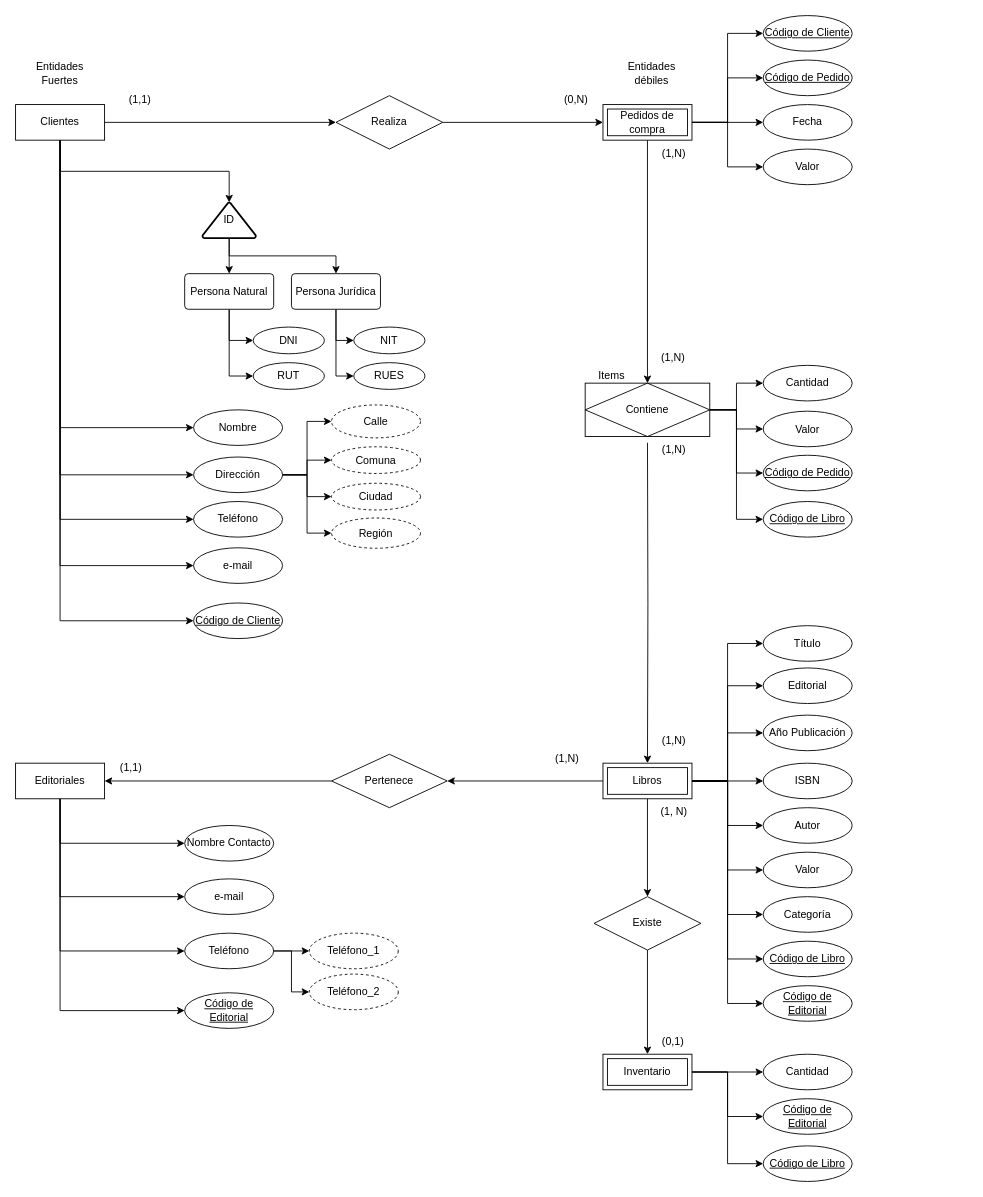
ivazquez-07/database-modeller-excersises keeps this draw.io diagram as page "Modelo Conceptual" (1 of 2) of ClubDelLibro.drawio. Above is the earlier version. Source tidied: cells renumbered, new cells numbered last; positions are measured from the earlier drawing's top-left corner, leaving out a move shared by most shapes. Both pictures are drawn from the tidied source at 89%, with x=0, y=0 at pixel (15, 15).
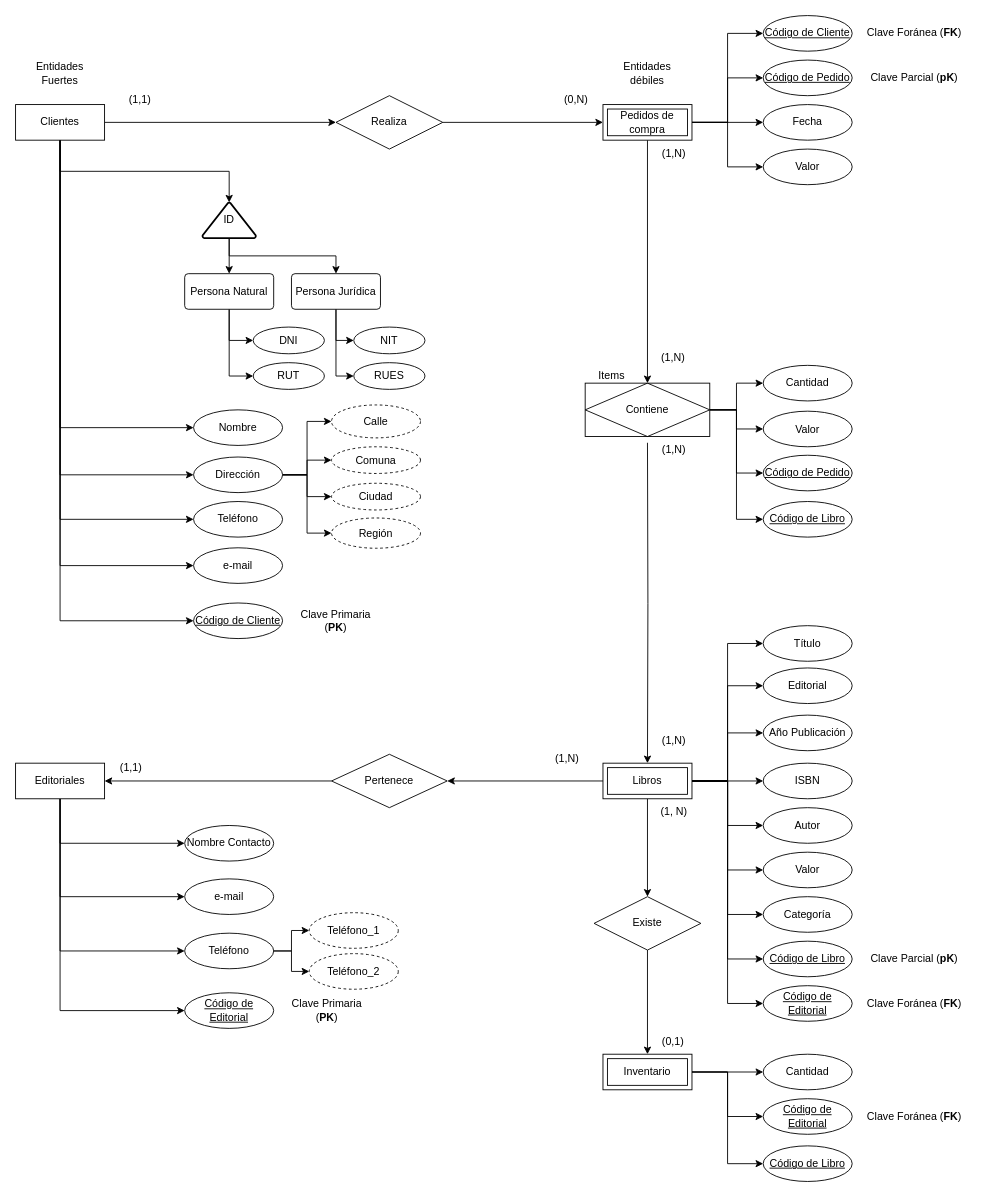
Above is the later version.

Commit message:
Creación del modelo lógico a partir del Modelo Conceptual

Diff of the diagram source:
```diff
@@
     <mxCell id="24" value="Entidades débiles" style="text;html=1;align=center;verticalAlign=middle;whiteSpace=wrap;rounded=0;strokeColor=none;fillColor=none;" parent="1" vertex="1">
-      <mxGeometry x="685" y="50" width="60" height="30" as="geometry" />
+      <mxGeometry x="680" y="50" width="60" height="30" as="geometry" />
     </mxCell>
@@
     <mxCell id="100" value="Teléfono_1" style="ellipse;whiteSpace=wrap;html=1;align=center;dashed=1;" parent="1" vertex="1">
-      <mxGeometry x="330" y="1031" width="100" height="40" as="geometry" />
+      <mxGeometry x="330" y="1008" width="100" height="40" as="geometry" />
     </mxCell>
     <mxCell id="101" value="Teléfono_2" style="ellipse;whiteSpace=wrap;html=1;align=center;dashed=1;" parent="1" vertex="1">
-      <mxGeometry x="330" y="1077" width="100" height="40" as="geometry" />
+      <mxGeometry x="330" y="1054" width="100" height="40" as="geometry" />
     </mxCell>
@@
+    <mxCell id="116" value="Clave Foránea (&lt;b&gt;FK&lt;/b&gt;)" style="text;html=1;align=center;verticalAlign=middle;whiteSpace=wrap;rounded=0;" parent="1" vertex="1">
+      <mxGeometry x="950" y="5" width="120" height="30" as="geometry" />
+    </mxCell>
+    <mxCell id="117" value="Clave Parcial (&lt;b&gt;pK&lt;/b&gt;)" style="text;html=1;align=center;verticalAlign=middle;whiteSpace=wrap;rounded=0;" parent="1" vertex="1">
+      <mxGeometry x="950" y="55" width="120" height="30" as="geometry" />
+    </mxCell>
+    <mxCell id="118" value="Clave Primaria (&lt;b&gt;PK&lt;/b&gt;)" style="text;html=1;align=center;verticalAlign=middle;whiteSpace=wrap;rounded=0;" parent="1" vertex="1">
+      <mxGeometry x="310" y="665" width="100" height="30" as="geometry" />
+    </mxCell>
+    <mxCell id="119" value="Clave Primaria (&lt;b&gt;PK&lt;/b&gt;)" style="text;html=1;align=center;verticalAlign=middle;whiteSpace=wrap;rounded=0;" parent="1" vertex="1">
+      <mxGeometry x="300" y="1103" width="100" height="30" as="geometry" />
+    </mxCell>
+    <mxCell id="120" value="Clave Foránea (&lt;b&gt;FK&lt;/b&gt;)" style="text;html=1;align=center;verticalAlign=middle;whiteSpace=wrap;rounded=0;" parent="1" vertex="1">
+      <mxGeometry x="950" y="1095" width="120" height="30" as="geometry" />
+    </mxCell>
+    <mxCell id="121" value="Clave Parcial (&lt;b&gt;pK&lt;/b&gt;)" style="text;html=1;align=center;verticalAlign=middle;whiteSpace=wrap;rounded=0;" parent="1" vertex="1">
+      <mxGeometry x="950" y="1045" width="120" height="30" as="geometry" />
+    </mxCell>
+    <mxCell id="122" value="Clave Foránea (&lt;b&gt;FK&lt;/b&gt;)" style="text;html=1;align=center;verticalAlign=middle;whiteSpace=wrap;rounded=0;" parent="1" vertex="1">
+      <mxGeometry x="950" y="1222" width="120" height="30" as="geometry" />
+    </mxCell>
```
